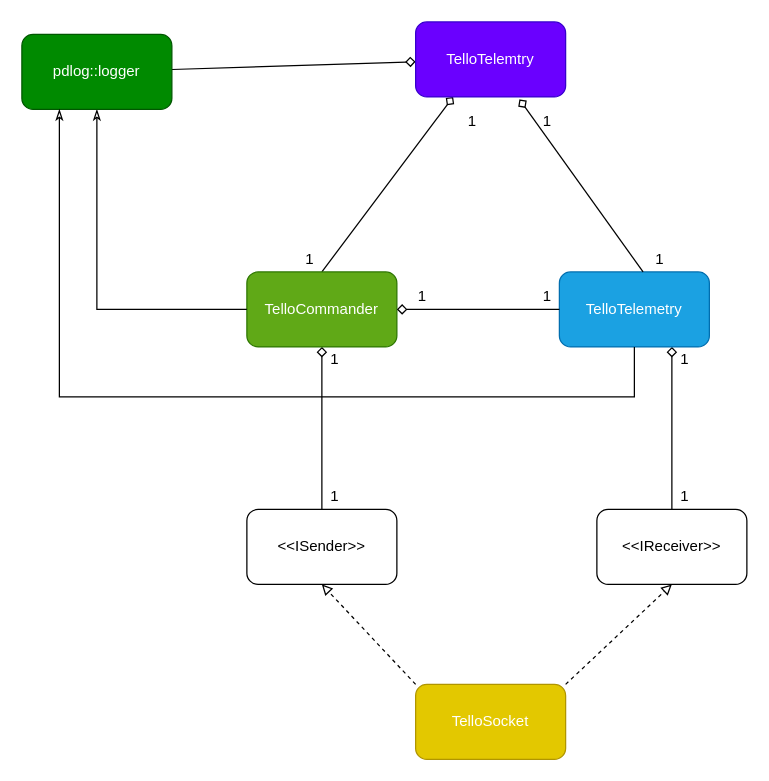
Above: page "ClassRelation" (1 of 2) of docs/TelloDriver.drawio in GalBrandwine/tello_driver (draw.io), before the change. Source tidied: cells renumbered, new cells numbered last; positions are measured from the earlier drawing's top-left corner, leaving out a move shared by most shapes. Both pictures are drawn from the tidied source at 125%, with x=0, y=0 at pixel (21, 21).
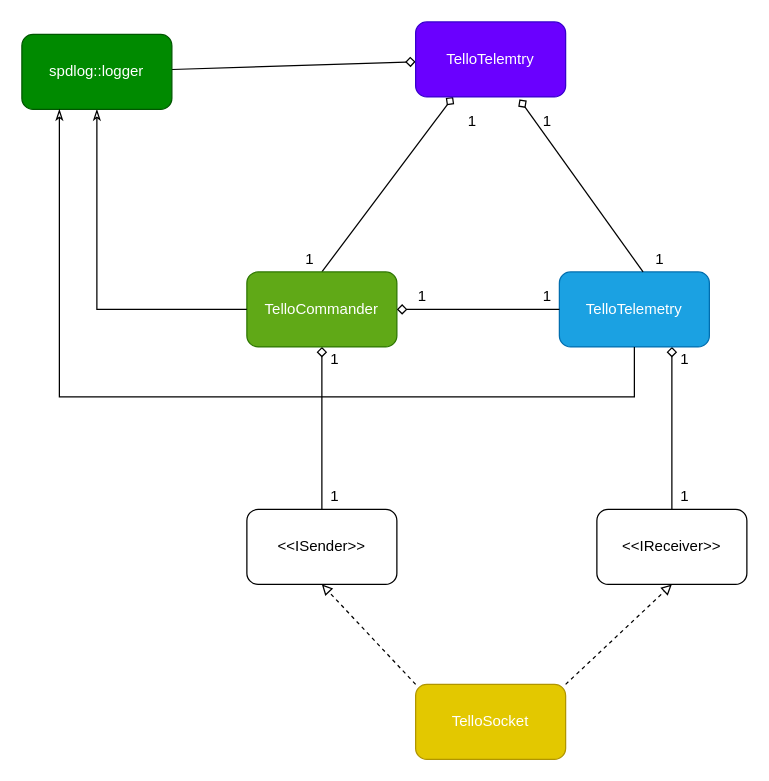
The same diagram, later.

Change to the diagram source:
```diff
@@
-    <mxCell id="18" value="&lt;div style=&quot;line-height: 19px&quot;&gt;pdlog::logger&lt;/div&gt;" style="whiteSpace=wrap;html=1;rounded=1;fontColor=#ffffff;strokeColor=#005700;fillColor=#008a00;" parent="1" vertex="1">
+    <mxCell id="18" value="&lt;div style=&quot;line-height: 19px&quot;&gt;spdlog::logger&lt;/div&gt;" style="whiteSpace=wrap;html=1;rounded=1;fontColor=#ffffff;strokeColor=#005700;fillColor=#008a00;" parent="1" vertex="1">
       <mxGeometry y="10" width="120" height="60" as="geometry" />
     </mxCell>
```
